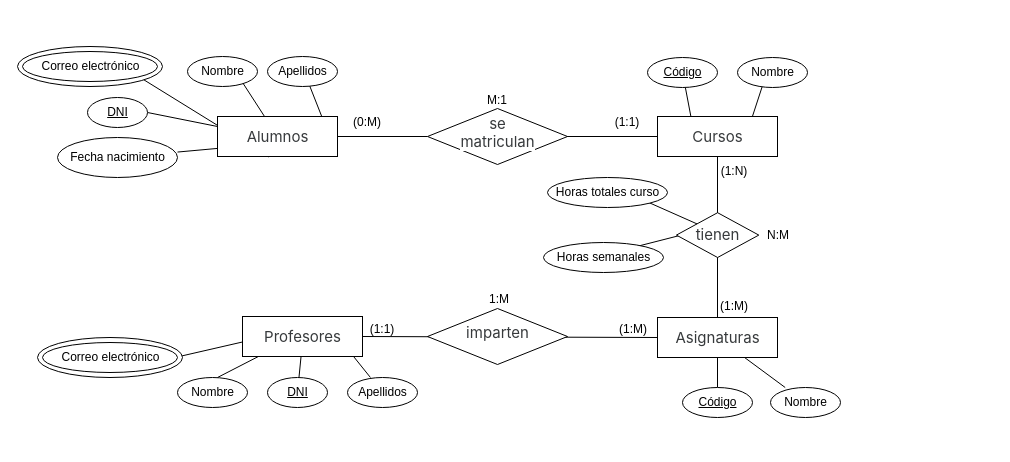
Above: Tarea 3 - Centro de formacion.drawio in popnoart/popnoart (draw.io), before the change. Source tidied: cells renumbered, new cells numbered last; positions are measured from the earlier drawing's top-left corner, leaving out a move shared by most shapes. Both pictures are drawn from the tidied source at 100%, with x=0, y=0 at pixel (17, 46).
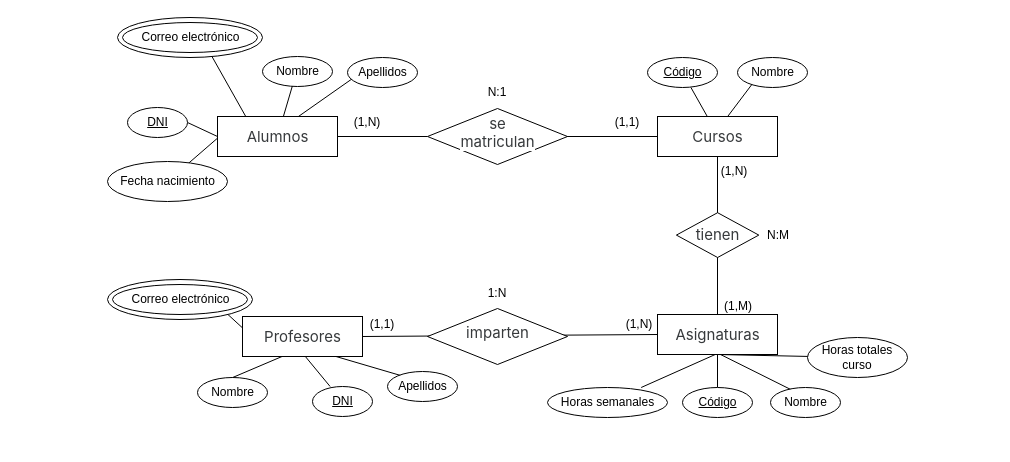
The same diagram, later.

Unchanged cells that the change refers to:
```xml
<mxCell id="23" value="Apellidos" style="text;html=1;align=center;verticalAlign=middle;points=[];strokeColor=none;fillColor=none;" parent="21" vertex="1">
  <mxGeometry width="70" height="30" as="geometry" />
</mxCell>
<mxCell id="25" style="ellipse;whiteSpace=wrap;html=1;" parent="24" vertex="1">
  <mxGeometry width="60" height="30" as="geometry" />
</mxCell>
<mxCell id="29" value="Fecha nacimiento" style="text;html=1;align=center;verticalAlign=middle;points=[];strokeColor=none;fillColor=none;" parent="27" vertex="1">
  <mxGeometry y="5" width="120" height="30" as="geometry" />
</mxCell>
<mxCell id="36" style="rounded=0;whiteSpace=wrap;html=1;labelBackgroundColor=default;" parent="35" vertex="1">
  <mxGeometry width="120" height="40" as="geometry" />
</mxCell>
<mxCell id="40" value="&lt;span style=&quot;color: rgb(55, 58, 60); font-family: -apple-system, BlinkMacSystemFont, &amp;quot;Segoe UI&amp;quot;, Roboto, &amp;quot;Helvetica Neue&amp;quot;, Arial, &amp;quot;Noto Sans&amp;quot;, &amp;quot;Liberation Sans&amp;quot;, sans-serif, &amp;quot;Apple Color Emoji&amp;quot;, &amp;quot;Segoe UI Emoji&amp;quot;, &amp;quot;Segoe UI Symbol&amp;quot;, &amp;quot;Noto Color Emoji&amp;quot;; font-size: 15px; text-align: left; text-wrap-mode: wrap; background-color: rgb(255, 255, 255);&quot;&gt;Cursos&lt;/span&gt;" style="text;html=1;align=center;verticalAlign=middle;points=[];strokeColor=none;fillColor=none;" parent="38" vertex="1">
  <mxGeometry x="25" y="5" width="70" height="30" as="geometry" />
</mxCell>
<mxCell id="43" value="Nombre" style="text;html=1;align=center;verticalAlign=middle;points=[];strokeColor=none;fillColor=none;" parent="41" vertex="1">
  <mxGeometry width="70" height="30" as="geometry" />
</mxCell>
<mxCell id="46" value="&lt;u&gt;Código&lt;/u&gt;" style="text;html=1;align=center;verticalAlign=middle;points=[];strokeColor=none;fillColor=none;" parent="44" vertex="1">
  <mxGeometry x="5" width="60" height="30" as="geometry" />
</mxCell>
<mxCell id="54" style="rounded=0;whiteSpace=wrap;html=1;labelBackgroundColor=default;" parent="53" vertex="1">
  <mxGeometry width="120" height="40" as="geometry" />
</mxCell>
<mxCell id="55" value="&lt;div style=&quot;text-align: left;&quot;&gt;&lt;font face=&quot;-apple-system, BlinkMacSystemFont, Segoe UI, Roboto, Helvetica Neue, Arial, Noto Sans, Liberation Sans, sans-serif, Apple Color Emoji, Segoe UI Emoji, Segoe UI Symbol, Noto Color Emoji&quot; color=&quot;#373a3c&quot;&gt;&lt;span style=&quot;font-size: 15px; text-wrap-mode: wrap; background-color: rgb(255, 255, 255);&quot;&gt;Asignaturas&lt;/span&gt;&lt;/font&gt;&lt;/div&gt;" style="text;html=1;align=center;verticalAlign=middle;points=[];strokeColor=none;fillColor=none;" parent="53" vertex="1">
  <mxGeometry x="10" y="5" width="100" height="30" as="geometry" />
</mxCell>
<mxCell id="57" style="rhombus;whiteSpace=wrap;html=1;" parent="56" vertex="1">
  <mxGeometry x="5.9" y="-4.8" width="82.4" height="44.8" as="geometry" />
</mxCell>
<mxCell id="58" value="&lt;span style=&quot;color: rgb(55, 58, 60); font-family: -apple-system, BlinkMacSystemFont, &amp;quot;Segoe UI&amp;quot;, Roboto, &amp;quot;Helvetica Neue&amp;quot;, Arial, &amp;quot;Noto Sans&amp;quot;, &amp;quot;Liberation Sans&amp;quot;, sans-serif, &amp;quot;Apple Color Emoji&amp;quot;, &amp;quot;Segoe UI Emoji&amp;quot;, &amp;quot;Segoe UI Symbol&amp;quot;, &amp;quot;Noto Color Emoji&amp;quot;; font-size: 15px; text-align: left; text-wrap-mode: wrap; background-color: rgb(255, 255, 255);&quot;&gt;tienen&lt;/span&gt;" style="text;html=1;align=center;verticalAlign=middle;points=[];strokeColor=none;fillColor=none;" parent="56" vertex="1">
  <mxGeometry x="17.1" y="1.6" width="60" height="30" as="geometry" />
</mxCell>
<mxCell id="62" value="Nombre" style="text;html=1;align=center;verticalAlign=middle;points=[];strokeColor=none;fillColor=none;" parent="60" vertex="1">
  <mxGeometry width="70" height="30" as="geometry" />
</mxCell>
<mxCell id="68" value="Horas semanales" style="text;html=1;align=center;verticalAlign=middle;points=[];strokeColor=none;fillColor=none;" parent="66" vertex="1">
  <mxGeometry width="120" height="30" as="geometry" />
</mxCell>
<mxCell id="75" value="&lt;div style=&quot;text-align: left;&quot;&gt;&lt;font face=&quot;-apple-system, BlinkMacSystemFont, Segoe UI, Roboto, Helvetica Neue, Arial, Noto Sans, Liberation Sans, sans-serif, Apple Color Emoji, Segoe UI Emoji, Segoe UI Symbol, Noto Color Emoji&quot; color=&quot;#373a3c&quot;&gt;&lt;span style=&quot;font-size: 15px; text-wrap-mode: wrap; background-color: rgb(255, 255, 255);&quot;&gt;Profesores&lt;/span&gt;&lt;/font&gt;&lt;/div&gt;" style="text;html=1;align=center;verticalAlign=middle;points=[];strokeColor=none;fillColor=none;" parent="73" vertex="1">
  <mxGeometry x="10" y="5" width="100" height="30" as="geometry" />
</mxCell>
<mxCell id="82" value="Apellidos" style="text;html=1;align=center;verticalAlign=middle;points=[];strokeColor=none;fillColor=none;" parent="80" vertex="1">
  <mxGeometry width="70" height="30" as="geometry" />
</mxCell>
<mxCell id="88" value="Nombre" style="text;html=1;align=center;verticalAlign=middle;points=[];strokeColor=none;fillColor=none;" parent="86" vertex="1">
  <mxGeometry width="70" height="30" as="geometry" />
</mxCell>
<mxCell id="93" style="ellipse;whiteSpace=wrap;html=1;labelBackgroundColor=#4C0099;fillColor=none;" parent="92" vertex="1">
  <mxGeometry x="-70" y="-5" width="135" height="30" as="geometry" />
</mxCell>
```

Diff of the diagram source:
```diff
@@
+    <mxCell id="101" style="endArrow=none;html=1;rounded=0;entryX=0.517;entryY=1.108;entryDx=0;entryDy=0;entryPerimeter=0;" parent="1" edge="1" source="68" target="55">
+      <mxGeometry relative="1" as="geometry" />
+    </mxCell>
-    <mxCell id="2" style="endArrow=none;html=1;rounded=0;entryX=0.023;entryY=0.589;entryDx=0;entryDy=0;entryPerimeter=0;" parent="1" edge="1" target="75">
-      <mxGeometry relative="1" as="geometry">
-        <mxPoint x="140" y="315" as="sourcePoint" />
-      </mxGeometry>
+    <mxCell id="2" style="endArrow=none;html=1;rounded=0;entryX=0.023;entryY=0.589;entryDx=0;entryDy=0;entryPerimeter=0;exitX=0.611;exitY=-0.007;exitDx=0;exitDy=0;exitPerimeter=0;" parent="1" edge="1" source="93" target="75">
+      <mxGeometry relative="1" as="geometry" />
     </mxCell>
-    <mxCell id="3" style="endArrow=none;html=1;rounded=0;entryX=0.137;entryY=1.033;entryDx=0;entryDy=0;entryPerimeter=0;" parent="1" edge="1" target="75">
-      <mxGeometry relative="1" as="geometry">
-        <mxPoint x="200" y="331" as="sourcePoint" />
-      </mxGeometry>
+    <mxCell id="3" style="endArrow=none;html=1;rounded=0;entryX=0.384;entryY=1.041;entryDx=0;entryDy=0;entryPerimeter=0;exitX=0.395;exitY=0.107;exitDx=0;exitDy=0;exitPerimeter=0;" parent="1" edge="1" source="88" target="75">
+      <mxGeometry relative="1" as="geometry" />
     </mxCell>
@@
-    <mxCell id="5" style="endArrow=none;html=1;rounded=0;entryX=0.957;entryY=0.944;entryDx=0;entryDy=0;entryPerimeter=0;" parent="1" edge="1" source="82" target="75">
+    <mxCell id="5" style="endArrow=none;html=1;rounded=0;entryX=0.691;entryY=1.026;entryDx=0;entryDy=0;entryPerimeter=0;exitX=0.286;exitY=0.2;exitDx=0;exitDy=0;exitPerimeter=0;" parent="1" edge="1" source="82" target="75">
       <mxGeometry relative="1" as="geometry" />
     </mxCell>
-    <mxCell id="6" style="endArrow=none;html=1;rounded=0;entryX=0.021;entryY=0.469;entryDx=0;entryDy=0;entryPerimeter=0;exitX=0.417;exitY=0.5;exitDx=0;exitDy=0;exitPerimeter=0;" parent="1" edge="1" source="68" target="58">
-      <mxGeometry relative="1" as="geometry" />
-    </mxCell>
-    <mxCell id="7" style="endArrow=none;html=1;rounded=0;" parent="1" edge="1" source="62" target="55">
+    <mxCell id="7" style="endArrow=none;html=1;rounded=0;entryX=0.484;entryY=1.09;entryDx=0;entryDy=0;entryPerimeter=0;exitX=0.292;exitY=0.07;exitDx=0;exitDy=0;exitPerimeter=0;" parent="1" edge="1" source="62" target="55">
       <mxGeometry relative="1" as="geometry" />
     </mxCell>
@@
-    <mxCell id="9" style="endArrow=none;html=1;rounded=0;entryX=0.129;entryY=-0.056;entryDx=0;entryDy=0;entryPerimeter=0;" parent="1" edge="1" source="46" target="40">
+    <mxCell id="9" style="endArrow=none;html=1;rounded=0;entryX=0.413;entryY=0.078;entryDx=0;entryDy=0;entryPerimeter=0;" parent="1" edge="1" source="46" target="40">
       <mxGeometry relative="1" as="geometry" />
     </mxCell>
@@
-    <mxCell id="11" style="endArrow=none;html=1;rounded=0;exitX=0.483;exitY=0.04;exitDx=0;exitDy=0;exitPerimeter=0;entryX=0.837;entryY=0.989;entryDx=0;entryDy=0;entryPerimeter=0;" parent="1" edge="1" source="43" target="40">
+    <mxCell id="11" style="endArrow=none;html=1;rounded=0;exitX=0.483;exitY=0.04;exitDx=0;exitDy=0;exitPerimeter=0;entryX=0.59;entryY=0.004;entryDx=0;entryDy=0;entryPerimeter=0;" parent="1" edge="1" source="43" target="40">
       <mxGeometry relative="1" as="geometry" />
     </mxCell>
@@
-    <mxCell id="13" style="endArrow=none;html=1;rounded=0;" parent="1" edge="1" source="29">
-      <mxGeometry relative="1" as="geometry">
-        <mxPoint x="210" y="101" as="targetPoint" />
-      </mxGeometry>
+    <mxCell id="13" style="endArrow=none;html=1;rounded=0;entryX=0.031;entryY=0.461;entryDx=0;entryDy=0;entryPerimeter=0;" parent="1" edge="1" source="29" target="36">
+      <mxGeometry relative="1" as="geometry" />
     </mxCell>
-    <mxCell id="14" style="endArrow=none;html=1;rounded=0;exitX=0.451;exitY=0.08;exitDx=0;exitDy=0;exitPerimeter=0;entryX=1;entryY=1;entryDx=0;entryDy=0;" parent="1" edge="1" source="23" target="36">
+    <mxCell id="14" style="endArrow=none;html=1;rounded=0;exitX=0.451;exitY=0.08;exitDx=0;exitDy=0;exitPerimeter=0;entryX=0.656;entryY=0.039;entryDx=0;entryDy=0;entryPerimeter=0;" parent="1" edge="1" source="23" target="36">
       <mxGeometry relative="1" as="geometry" />
     </mxCell>
@@
-    <mxCell id="16" style="endArrow=none;html=1;rounded=0;exitX=1;exitY=0.5;exitDx=0;exitDy=0;entryX=0;entryY=0.25;entryDx=0;entryDy=0;" parent="1" edge="1" source="25" target="36">
+    <mxCell id="16" style="endArrow=none;html=1;rounded=0;exitX=1;exitY=0.5;exitDx=0;exitDy=0;entryX=0;entryY=0.5;entryDx=0;entryDy=0;" parent="1" edge="1" source="25" target="36">
       <mxGeometry relative="1" as="geometry" />
     </mxCell>
@@
     <mxCell id="18" style="group;labelBackgroundColor=default;" parent="1" vertex="1">
-      <mxGeometry x="170" y="10" width="70" height="30" as="geometry" />
+      <mxGeometry x="245" y="10" width="70" height="30" as="geometry" />
     </mxCell>
@@
     <mxCell id="21" style="group;labelBackgroundColor=default;" parent="1" vertex="1">
-      <mxGeometry x="250" y="10" width="70" height="30" as="geometry" />
+      <mxGeometry x="330" y="11" width="70" height="30" as="geometry" />
     </mxCell>
@@
     <mxCell id="24" style="group;labelBackgroundColor=default;" parent="1" vertex="1">
-      <mxGeometry x="70" y="51" width="60" height="30" as="geometry" />
+      <mxGeometry x="110" y="61" width="60" height="30" as="geometry" />
     </mxCell>
@@
     <mxCell id="27" style="group;labelBackgroundColor=default;" parent="1" vertex="1">
-      <mxGeometry x="40" y="91" width="120" height="40" as="geometry" />
+      <mxGeometry x="90" y="115" width="120" height="40" as="geometry" />
     </mxCell>
@@
     <mxCell id="30" style="group;labelBackgroundColor=default;" parent="1" vertex="1">
-      <mxGeometry width="205" height="40" as="geometry" />
+      <mxGeometry x="100" y="-29" width="205" height="40" as="geometry" />
     </mxCell>
@@
-    <mxCell id="51" value="(1:1)" style="text;html=1;align=center;verticalAlign=middle;whiteSpace=wrap;rounded=0;" parent="1" vertex="1">
+    <mxCell id="51" value="(1,1)" style="text;html=1;align=center;verticalAlign=middle;whiteSpace=wrap;rounded=0;" parent="1" vertex="1">
       <mxGeometry x="580" y="61" width="60" height="30" as="geometry" />
     </mxCell>
-    <mxCell id="52" value="(0:M)" style="text;html=1;align=center;verticalAlign=middle;whiteSpace=wrap;rounded=0;" parent="1" vertex="1">
+    <mxCell id="52" value="(1,&lt;span style=&quot;background-color: initial;&quot;&gt;N)&lt;/span&gt;" style="text;html=1;align=center;verticalAlign=middle;whiteSpace=wrap;rounded=0;" parent="1" vertex="1">
       <mxGeometry x="320" y="61" width="60" height="30" as="geometry" />
     </mxCell>
     <mxCell id="53" style="group;" parent="1" vertex="1">
-      <mxGeometry x="640" y="271" width="120" height="40" as="geometry" />
+      <mxGeometry x="640" y="268" width="335" height="130" as="geometry" />
     </mxCell>
@@
+    <mxCell id="72" value="Horas totales curso" style="ellipse;whiteSpace=wrap;html=1;align=center;" parent="53" vertex="1">
+      <mxGeometry x="150" y="23" width="100" height="40" as="geometry" />
+    </mxCell>
+    <mxCell id="102" style="endArrow=none;html=1;rounded=0;entryX=0.5;entryY=1;entryDx=0;entryDy=0;" parent="53" edge="1" source="72" target="54">
+      <mxGeometry relative="1" as="geometry" />
+    </mxCell>
@@
-    <mxCell id="59" value="(1:M)" style="text;html=1;align=center;verticalAlign=middle;whiteSpace=wrap;rounded=0;" parent="1" vertex="1">
-      <mxGeometry x="687" y="245" width="60" height="30" as="geometry" />
+    <mxCell id="59" value="(1,M)" style="text;html=1;align=center;verticalAlign=middle;whiteSpace=wrap;rounded=0;" parent="1" vertex="1">
+      <mxGeometry x="691" y="245" width="60" height="30" as="geometry" />
     </mxCell>
@@
     <mxCell id="66" style="group;" parent="1" vertex="1">
-      <mxGeometry x="526" y="196" width="120" height="30" as="geometry" />
+      <mxGeometry x="530" y="341" width="120" height="30" as="geometry" />
     </mxCell>
@@
-    <mxCell id="69" style="group;" parent="1" vertex="1">
-      <mxGeometry x="530" y="131" width="125" height="30" as="geometry" />
-    </mxCell>
-    <mxCell id="70" style="endArrow=none;html=1;rounded=0;exitX=0;exitY=0;exitDx=0;exitDy=0;" parent="69" edge="1" source="57">
-      <mxGeometry relative="1" as="geometry">
-        <mxPoint x="90" y="20" as="targetPoint" />
-      </mxGeometry>
-    </mxCell>
-    <mxCell id="71" style="ellipse;whiteSpace=wrap;html=1;" parent="69" vertex="1">
-      <mxGeometry width="120" height="30" as="geometry" />
-    </mxCell>
-    <mxCell id="72" value="Horas totales curso" style="text;html=1;align=center;verticalAlign=middle;points=[];strokeColor=none;fillColor=none;" parent="69" vertex="1">
-      <mxGeometry x="-5" width="130" height="30" as="geometry" />
-    </mxCell>
@@
     <mxCell id="80" style="group;labelBackgroundColor=default;" parent="1" vertex="1">
-      <mxGeometry x="330" y="331" width="70" height="30" as="geometry" />
+      <mxGeometry x="370" y="325" width="70" height="30" as="geometry" />
     </mxCell>
@@
     <mxCell id="83" style="group;labelBackgroundColor=default;" parent="1" vertex="1">
-      <mxGeometry x="250" y="331" width="60" height="30" as="geometry" />
+      <mxGeometry x="295" y="340" width="60" height="30" as="geometry" />
     </mxCell>
@@
     <mxCell id="86" style="group;labelBackgroundColor=default;" parent="1" vertex="1">
-      <mxGeometry x="160" y="331" width="70" height="30" as="geometry" />
+      <mxGeometry x="180" y="331" width="70" height="30" as="geometry" />
     </mxCell>
@@
     <mxCell id="89" style="group;labelBackgroundColor=default;" parent="1" vertex="1">
-      <mxGeometry x="20" y="291" width="205" height="40" as="geometry" />
+      <mxGeometry x="90" y="233" width="205" height="40" as="geometry" />
     </mxCell>
@@
-    <mxCell id="94" value="(1:M)" style="text;html=1;align=center;verticalAlign=middle;whiteSpace=wrap;rounded=0;" parent="1" vertex="1">
-      <mxGeometry x="586" y="256" width="60" height="54" as="geometry" />
+    <mxCell id="94" value="(1,N)" style="text;html=1;align=center;verticalAlign=middle;whiteSpace=wrap;rounded=0;" parent="1" vertex="1">
+      <mxGeometry x="592" y="251" width="60" height="54" as="geometry" />
     </mxCell>
-    <mxCell id="95" value="(1:1)" style="text;html=1;align=center;verticalAlign=middle;whiteSpace=wrap;rounded=0;" parent="1" vertex="1">
-      <mxGeometry x="345" y="268" width="40" height="30" as="geometry" />
+    <mxCell id="95" value="(1,1)" style="text;html=1;align=center;verticalAlign=middle;whiteSpace=wrap;rounded=0;" parent="1" vertex="1">
+      <mxGeometry x="345" y="263" width="40" height="30" as="geometry" />
     </mxCell>
-    <mxCell id="96" value="(1:N)" style="text;html=1;align=center;verticalAlign=middle;whiteSpace=wrap;rounded=0;" parent="1" vertex="1">
+    <mxCell id="96" value="(1,&lt;span style=&quot;background-color: initial;&quot;&gt;N)&lt;/span&gt;" style="text;html=1;align=center;verticalAlign=middle;whiteSpace=wrap;rounded=0;" parent="1" vertex="1">
       <mxGeometry x="687" y="110" width="60" height="30" as="geometry" />
     </mxCell>
@@
-    <mxCell id="99" value="M:1" style="text;html=1;align=center;verticalAlign=middle;whiteSpace=wrap;rounded=0;" parent="1" vertex="1">
-      <mxGeometry x="450" y="27" width="60" height="54" as="geometry" />
+    <mxCell id="99" value="N:1" style="text;html=1;align=center;verticalAlign=middle;whiteSpace=wrap;rounded=0;" parent="1" vertex="1">
+      <mxGeometry x="450" y="19" width="60" height="54" as="geometry" />
     </mxCell>
-    <mxCell id="100" value="1:M" style="text;html=1;align=center;verticalAlign=middle;whiteSpace=wrap;rounded=0;" parent="1" vertex="1">
-      <mxGeometry x="452" y="226" width="60" height="54" as="geometry" />
+    <mxCell id="100" value="1:N" style="text;html=1;align=center;verticalAlign=middle;whiteSpace=wrap;rounded=0;" parent="1" vertex="1">
+      <mxGeometry x="450" y="220" width="60" height="54" as="geometry" />
     </mxCell>
```
